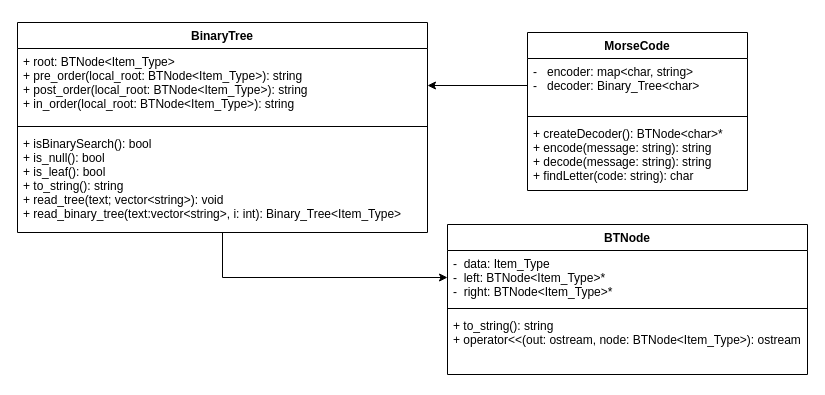
JAWolfe04/CS303_Project_2 keeps this draw.io diagram as UML Diagram Project 2.drawio. Above is the earlier version. Source tidied: cells renumbered, new cells numbered last; positions are measured from the earlier drawing's top-left corner, leaving out a move shared by most shapes. Both pictures are drawn from the tidied source at 100%, with x=0, y=0 at pixel (17, 22).
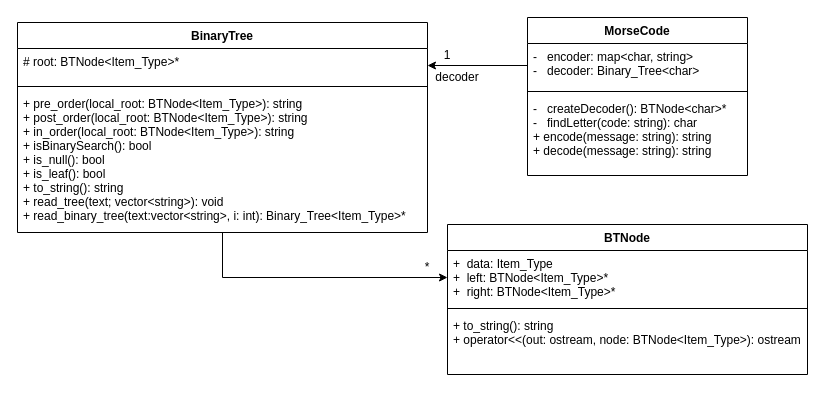
Above is the later version.

What changed in the source:
```diff
@@
 <mxGraphModel>
   <root>
     <mxCell id="0" />
     <mxCell id="1" parent="0" />
     <mxCell id="2" style="edgeStyle=orthogonalEdgeStyle;rounded=0;jettySize=auto;html=1;entryX=0;entryY=0.5;entryDx=0;entryDy=0;" parent="1" edge="1" source="3" target="8">
       <mxGeometry relative="1" as="geometry" />
     </mxCell>
     <mxCell id="3" value="BinaryTree" style="swimlane;fontStyle=1;align=center;verticalAlign=top;horizontal=1;startSize=26;" parent="1" vertex="1">
       <mxGeometry width="410" height="210" as="geometry" />
     </mxCell>
-    <mxCell id="4" value="+ root: BTNode&lt;Item_Type&gt;&#10;+ pre_order(local_root: BTNode&lt;Item_Type&gt;): string&#10;+ post_order(local_root: BTNode&lt;Item_Type&gt;): string&#10;+ in_order(local_root: BTNode&lt;Item_Type&gt;): string&#10;" style="text;strokeColor=none;fillColor=none;align=left;verticalAlign=top;spacingLeft=4;spacingRight=4;overflow=hidden;points=[[0,0.5],[1,0.5]];portConstraint=eastwest;" parent="3" vertex="1">
-      <mxGeometry y="26" width="410" height="74" as="geometry" />
+    <mxCell id="4" value="# root: BTNode&lt;Item_Type&gt;*&#10;&#10;" style="text;strokeColor=none;fillColor=none;align=left;verticalAlign=top;spacingLeft=4;spacingRight=4;overflow=hidden;points=[[0,0.5],[1,0.5]];portConstraint=eastwest;" parent="3" vertex="1">
+      <mxGeometry y="26" width="410" height="34" as="geometry" />
     </mxCell>
     <mxCell id="5" style="line;strokeWidth=1;fillColor=none;align=left;verticalAlign=middle;spacingTop=-1;spacingLeft=3;spacingRight=3;labelPosition=right;" parent="3" vertex="1">
-      <mxGeometry y="100" width="410" height="8" as="geometry" />
+      <mxGeometry y="60" width="410" height="8" as="geometry" />
     </mxCell>
-    <mxCell id="6" value="+ isBinarySearch(): bool&#10;+ is_null(): bool&#10;+ is_leaf(): bool&#10;+ to_string(): string&#10;+ read_tree(text; vector&lt;string&gt;): void&#10;+ read_binary_tree(text:vector&lt;string&gt;, i: int): Binary_Tree&lt;Item_Type&gt; " style="text;strokeColor=none;fillColor=none;align=left;verticalAlign=top;spacingLeft=4;spacingRight=4;overflow=hidden;" parent="3" vertex="1">
-      <mxGeometry y="108" width="410" height="102" as="geometry" />
+    <mxCell id="6" value="+ pre_order(local_root: BTNode&lt;Item_Type&gt;): string&#10;+ post_order(local_root: BTNode&lt;Item_Type&gt;): string&#10;+ in_order(local_root: BTNode&lt;Item_Type&gt;): string&#10;+ isBinarySearch(): bool&#10;+ is_null(): bool&#10;+ is_leaf(): bool&#10;+ to_string(): string&#10;+ read_tree(text; vector&lt;string&gt;): void&#10;+ read_binary_tree(text:vector&lt;string&gt;, i: int): Binary_Tree&lt;Item_Type&gt;* " style="text;strokeColor=none;fillColor=none;align=left;verticalAlign=top;spacingLeft=4;spacingRight=4;overflow=hidden;" parent="3" vertex="1">
+      <mxGeometry y="68" width="410" height="142" as="geometry" />
     </mxCell>
     <mxCell id="7" value="BTNode" style="swimlane;fontStyle=1;align=center;verticalAlign=top;horizontal=1;startSize=26;" parent="1" vertex="1">
       <mxGeometry x="430" y="202" width="360" height="150" as="geometry" />
     </mxCell>
-    <mxCell id="8" value="-  data: Item_Type &#10;-  left: BTNode&lt;Item_Type&gt;* &#10;-  right: BTNode&lt;Item_Type&gt;* " style="text;strokeColor=none;fillColor=none;align=left;verticalAlign=top;spacingLeft=4;spacingRight=4;overflow=hidden;points=[[0,0.5],[1,0.5]];portConstraint=eastwest;" parent="7" vertex="1">
+    <mxCell id="8" value="+  data: Item_Type &#10;+  left: BTNode&lt;Item_Type&gt;* &#10;+  right: BTNode&lt;Item_Type&gt;* " style="text;strokeColor=none;fillColor=none;align=left;verticalAlign=top;spacingLeft=4;spacingRight=4;overflow=hidden;points=[[0,0.5],[1,0.5]];portConstraint=eastwest;" parent="7" vertex="1">
       <mxGeometry y="26" width="360" height="54" as="geometry" />
     </mxCell>
     <mxCell id="9" style="line;strokeWidth=1;fillColor=none;align=left;verticalAlign=middle;spacingTop=-1;spacingLeft=3;spacingRight=3;labelPosition=right;" parent="7" vertex="1">
       <mxGeometry y="80" width="360" height="8" as="geometry" />
     </mxCell>
     <mxCell id="10" value="+ to_string(): string&#10;+ operator&lt;&lt;(out: ostream, node: BTNode&lt;Item_Type&gt;): ostream " style="text;strokeColor=none;fillColor=none;align=left;verticalAlign=top;spacingLeft=4;spacingRight=4;overflow=hidden;" parent="7" vertex="1">
       <mxGeometry y="88" width="360" height="62" as="geometry" />
     </mxCell>
     <mxCell id="11" value="MorseCode" style="swimlane;fontStyle=1;align=center;verticalAlign=top;horizontal=1;startSize=26;" parent="1" vertex="1">
-      <mxGeometry x="510" y="10" width="220" height="158" as="geometry" />
+      <mxGeometry x="510" y="-5" width="220" height="158" as="geometry" />
     </mxCell>
-    <mxCell id="12" value="-   encoder: map&lt;char, string&gt; &#10;-   decoder: Binary_Tree&lt;char&gt; " style="text;strokeColor=none;fillColor=none;align=left;verticalAlign=top;spacingLeft=4;spacingRight=4;overflow=hidden;points=[[0,0.5],[1,0.5]];portConstraint=eastwest;" parent="11" vertex="1">
-      <mxGeometry y="26" width="220" height="54" as="geometry" />
+    <mxCell id="12" value="-   encoder: map&lt;char, string&gt; &#10;-   decoder: Binary_Tree&lt;char&gt;&#10; " style="text;strokeColor=none;fillColor=none;align=left;verticalAlign=top;spacingLeft=4;spacingRight=4;overflow=hidden;points=[[0,0.5],[1,0.5]];portConstraint=eastwest;" parent="11" vertex="1">
+      <mxGeometry y="26" width="220" height="44" as="geometry" />
     </mxCell>
     <mxCell id="13" style="line;strokeWidth=1;fillColor=none;align=left;verticalAlign=middle;spacingTop=-1;spacingLeft=3;spacingRight=3;labelPosition=right;" parent="11" vertex="1">
-      <mxGeometry y="80" width="220" height="8" as="geometry" />
+      <mxGeometry y="70" width="220" height="8" as="geometry" />
     </mxCell>
-    <mxCell id="14" value="+ createDecoder(): BTNode&lt;char&gt;*&#10;+ encode(message: string): string&#10;+ decode(message: string): string&#10;+ findLetter(code: string): char" style="text;strokeColor=none;fillColor=none;align=left;verticalAlign=top;spacingLeft=4;spacingRight=4;overflow=hidden;" parent="11" vertex="1">
-      <mxGeometry y="88" width="220" height="70" as="geometry" />
+    <mxCell id="14" value="-   createDecoder(): BTNode&lt;char&gt;*&#10;-   findLetter(code: string): char&#10;+ encode(message: string): string&#10;+ decode(message: string): string " style="text;strokeColor=none;fillColor=none;align=left;verticalAlign=top;spacingLeft=4;spacingRight=4;overflow=hidden;" parent="11" vertex="1">
+      <mxGeometry y="78" width="220" height="80" as="geometry" />
     </mxCell>
     <mxCell id="15" style="edgeStyle=orthogonalEdgeStyle;rounded=0;jettySize=auto;html=1;exitX=0;exitY=0.5;exitDx=0;exitDy=0;entryX=1;entryY=0.5;entryDx=0;entryDy=0;" parent="1" edge="1" source="12" target="4">
       <mxGeometry relative="1" as="geometry" />
     </mxCell>
+    <mxCell id="16" value="decoder" style="text;html=1;strokeColor=none;fillColor=none;align=center;verticalAlign=middle;whiteSpace=wrap;rounded=0;" parent="1" vertex="1">
+      <mxGeometry x="420" y="45" width="40" height="20" as="geometry" />
+    </mxCell>
+    <mxCell id="17" value="1" style="text;html=1;strokeColor=none;fillColor=none;align=center;verticalAlign=middle;whiteSpace=wrap;rounded=0;" parent="1" vertex="1">
+      <mxGeometry x="410" y="23" width="40" height="20" as="geometry" />
+    </mxCell>
+    <mxCell id="18" value="*" style="text;html=1;strokeColor=none;fillColor=none;align=center;verticalAlign=middle;whiteSpace=wrap;rounded=0;" parent="1" vertex="1">
+      <mxGeometry x="390" y="235" width="40" height="20" as="geometry" />
+    </mxCell>
   </root>
 </mxGraphModel>
```
